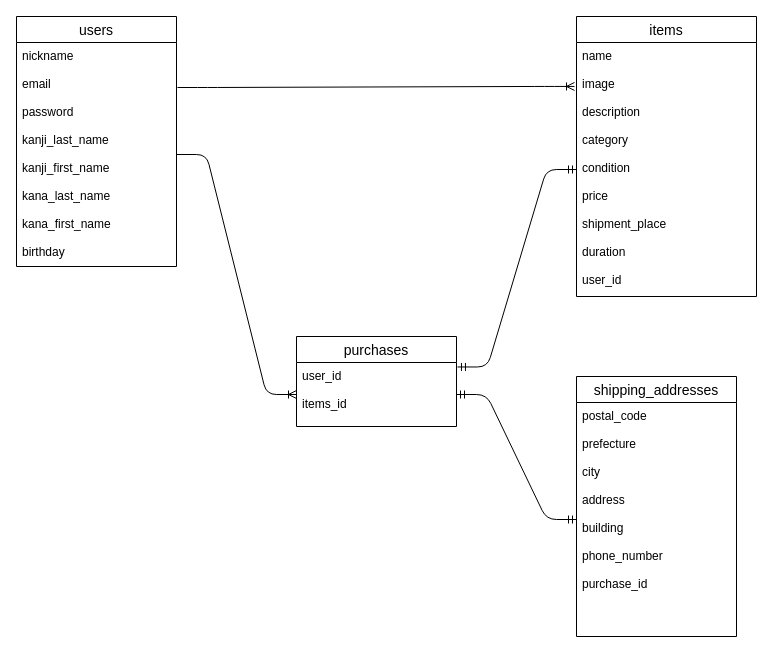
genkot1/furima-32026 keeps this draw.io diagram as furima_ER.dio. Above is the earlier version. Source tidied: cells renumbered, new cells numbered last; positions are measured from the earlier drawing's top-left corner, leaving out a move shared by most shapes. Both pictures are drawn from the tidied source at 100%, with x=0, y=0 at pixel (16, 16).
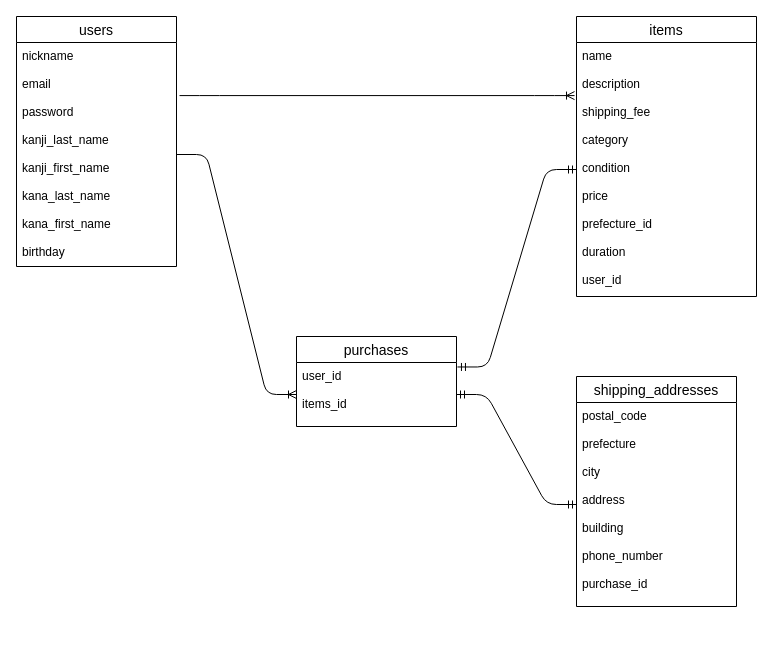
Above is the later version.

Diff of the diagram source:
```diff
@@
 <mxGraphModel>
   <root>
     <mxCell id="0" />
     <mxCell id="1" parent="0" />
-    <mxCell id="2" style="edgeStyle=entityRelationEdgeStyle;fontSize=12;html=1;endArrow=ERoneToMany;entryX=-0.011;entryY=0.173;entryDx=0;entryDy=0;entryPerimeter=0;" parent="1" edge="1" target="7">
-      <mxGeometry relative="1" as="geometry">
-        <mxPoint x="161" y="71" as="sourcePoint" />
-      </mxGeometry>
+    <mxCell id="2" style="edgeStyle=entityRelationEdgeStyle;fontSize=12;html=1;endArrow=ERoneToMany;entryX=-0.011;entryY=0.209;entryDx=0;entryDy=0;entryPerimeter=0;exitX=1.019;exitY=0.237;exitDx=0;exitDy=0;exitPerimeter=0;" parent="1" edge="1" source="13" target="7">
+      <mxGeometry relative="1" as="geometry" />
     </mxCell>
     <mxCell id="3" style="edgeStyle=entityRelationEdgeStyle;fontSize=12;html=1;endArrow=ERoneToMany;entryX=0;entryY=0.5;entryDx=0;entryDy=0;exitX=1;exitY=0.5;exitDx=0;exitDy=0;" parent="1" edge="1" source="13" target="11">
       <mxGeometry relative="1" as="geometry" />
     </mxCell>
     <mxCell id="4" style="edgeStyle=entityRelationEdgeStyle;fontSize=12;html=1;endArrow=ERmandOne;startArrow=ERmandOne;exitX=1.006;exitY=0.07;exitDx=0;exitDy=0;entryX=0;entryY=0.5;entryDx=0;entryDy=0;exitPerimeter=0;" parent="1" edge="1" source="11" target="7">
       <mxGeometry relative="1" as="geometry" />
     </mxCell>
     <mxCell id="5" style="edgeStyle=entityRelationEdgeStyle;fontSize=12;html=1;endArrow=ERmandOne;startArrow=ERmandOne;exitX=1;exitY=0.5;exitDx=0;exitDy=0;entryX=0;entryY=0.5;entryDx=0;entryDy=0;" parent="1" edge="1" source="11" target="9">
       <mxGeometry relative="1" as="geometry" />
     </mxCell>
     <mxCell id="6" value="items" style="swimlane;fontStyle=0;horizontal=1;startSize=26;align=center;fontSize=14;" parent="1" vertex="1">
       <mxGeometry x="560" width="180" height="280" as="geometry" />
     </mxCell>
-    <mxCell id="7" value="name&#10;&#10;image&#10;&#10;description&#10;&#10;category&#10;&#10;condition&#10;&#10;price&#10;&#10;shipment_place&#10;&#10;duration&#10;&#10;user_id" style="text;strokeColor=none;fillColor=none;spacingLeft=4;spacingRight=4;overflow=hidden;points=[[0,0.5],[1,0.5]];portConstraint=eastwest;fontSize=12;" parent="6" vertex="1">
+    <mxCell id="7" value="name&#10;&#10;description&#10;&#10;shipping_fee&#10;&#10;category&#10;&#10;condition&#10;&#10;price&#10;&#10;prefecture_id&#10;&#10;duration&#10;&#10;user_id" style="text;strokeColor=none;fillColor=none;spacingLeft=4;spacingRight=4;overflow=hidden;points=[[0,0.5],[1,0.5]];portConstraint=eastwest;fontSize=12;" parent="6" vertex="1">
       <mxGeometry y="26" width="180" height="254" as="geometry" />
     </mxCell>
     <mxCell id="8" value="shipping_addresses" style="swimlane;fontStyle=0;horizontal=1;startSize=26;align=center;fontSize=14;" parent="1" vertex="1">
-      <mxGeometry x="560" y="360" width="160" height="260" as="geometry" />
+      <mxGeometry x="560" y="360" width="160" height="230" as="geometry" />
     </mxCell>
     <mxCell id="9" value="postal_code&#10;&#10;prefecture&#10;&#10;city&#10;&#10;address&#10;&#10;building&#10;&#10;phone_number&#10;&#10;purchase_id" style="text;strokeColor=none;fillColor=none;spacingLeft=4;spacingRight=4;overflow=hidden;points=[[0,0.5],[1,0.5]];portConstraint=eastwest;fontSize=12;" parent="8" vertex="1">
-      <mxGeometry y="26" width="160" height="234" as="geometry" />
+      <mxGeometry y="26" width="160" height="204" as="geometry" />
     </mxCell>
     <mxCell id="10" value="purchases" style="swimlane;fontStyle=0;horizontal=1;startSize=26;align=center;fontSize=14;" parent="1" vertex="1">
       <mxGeometry x="280" y="320" width="160" height="90" as="geometry" />
     </mxCell>
     <mxCell id="11" value="user_id&#10;&#10;items_id" style="text;strokeColor=none;fillColor=none;spacingLeft=4;spacingRight=4;overflow=hidden;points=[[0,0.5],[1,0.5]];portConstraint=eastwest;fontSize=12;" parent="10" vertex="1">
       <mxGeometry y="26" width="160" height="64" as="geometry" />
     </mxCell>
     <mxCell id="12" value="users" style="swimlane;fontStyle=0;horizontal=1;startSize=26;align=center;fontSize=14;" parent="1" vertex="1">
       <mxGeometry width="160" height="250" as="geometry" />
     </mxCell>
     <mxCell id="13" value="nickname&#10;&#10;email&#10;&#10;password&#10;&#10;kanji_last_name&#10;&#10;kanji_first_name&#10;&#10;kana_last_name&#10;&#10;kana_first_name&#10;&#10;birthday" style="text;strokeColor=none;fillColor=none;spacingLeft=4;spacingRight=4;overflow=hidden;points=[[0,0.5],[1,0.5]];portConstraint=eastwest;fontSize=12;" parent="12" vertex="1">
       <mxGeometry y="26" width="160" height="224" as="geometry" />
     </mxCell>
   </root>
 </mxGraphModel>
```
